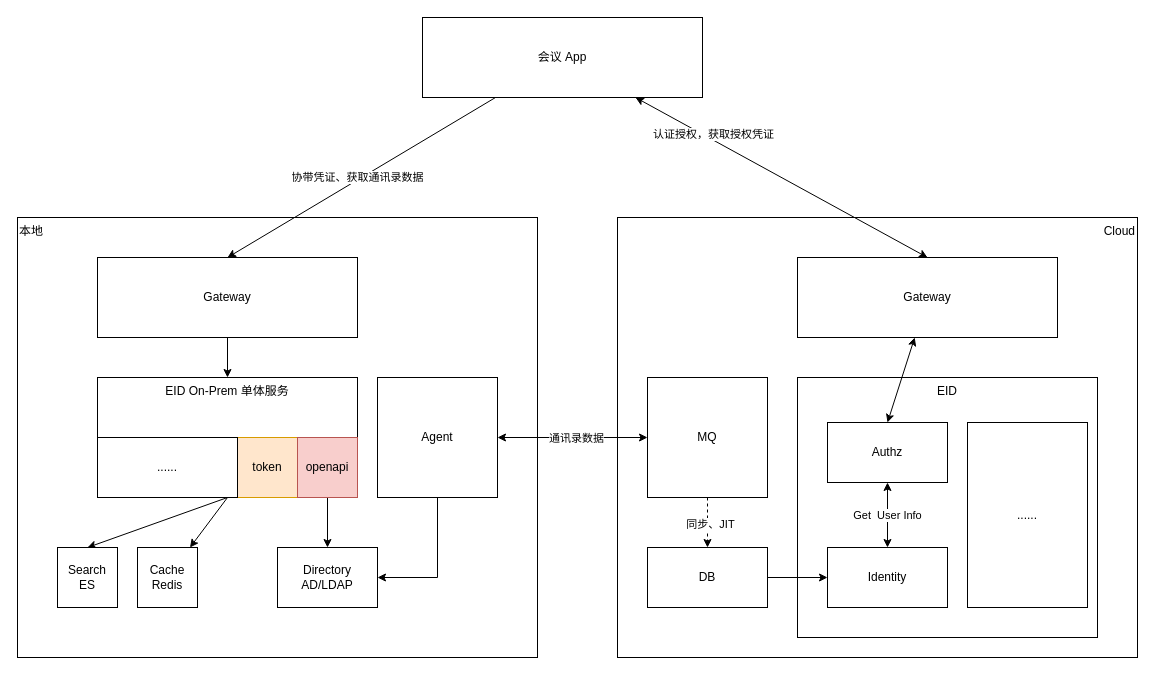
YufuMxl/geek_java_practise keeps this draw.io diagram as homework/src/main/resources/混合云整体架构.drawio. Above is the earlier version. Source tidied: cells renumbered, new cells numbered last; positions are measured from the earlier drawing's top-left corner, leaving out a move shared by most shapes. Both pictures are drawn from the tidied source at 100%, with x=0, y=0 at pixel (17, 17).
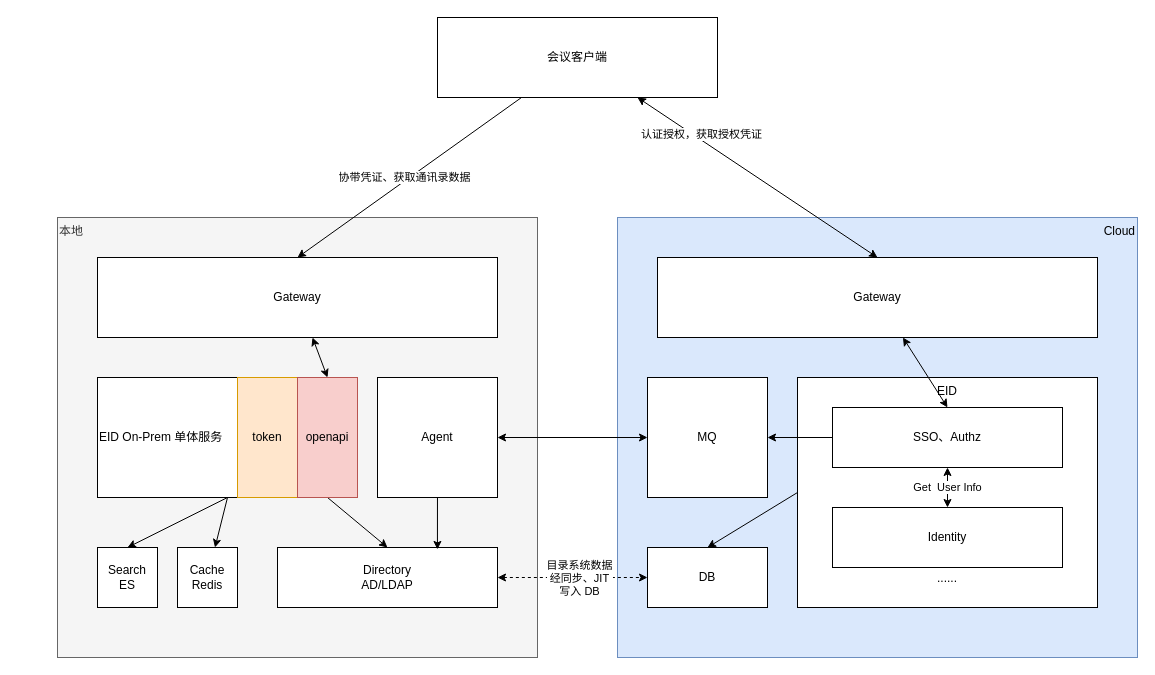
The same diagram, later.

Commit message (it also covers changes not shown here):
更新混合云整体架构.drawio

The change refers to these unchanged cells:
```xml
<mxCell id="14" style="edgeStyle=orthogonalEdgeStyle;rounded=0;jettySize=auto;html=1;exitX=1;exitY=0.5;exitDx=0;exitDy=0;startArrow=classic;startFill=1;entryX=0;entryY=0.5;entryDx=0;entryDy=0;" parent="1" edge="1" source="16" target="28">
  <mxGeometry relative="1" as="geometry" />
</mxCell>
<mxCell id="16" value="Agent" style="rounded=0;whiteSpace=wrap;html=1;" parent="1" vertex="1">
  <mxGeometry x="360" y="360" width="120" height="120" as="geometry" />
</mxCell>
<mxCell id="28" value="MQ" style="rounded=0;whiteSpace=wrap;html=1;" parent="1" vertex="1">
  <mxGeometry x="630" y="360" width="120" height="120" as="geometry" />
</mxCell>
```

Diff of the diagram source:
```diff
@@
-    <mxCell id="2" value="Cloud" style="rounded=0;whiteSpace=wrap;html=1;verticalAlign=top;align=right;" parent="1" vertex="1">
+    <mxCell id="2" value="Cloud" style="rounded=0;whiteSpace=wrap;html=1;verticalAlign=top;align=right;fillColor=#dae8fc;strokeColor=#6c8ebf;" parent="1" vertex="1">
       <mxGeometry x="600" y="200" width="520" height="440" as="geometry" />
     </mxCell>
-    <mxCell id="3" value="&lt;div&gt;EID&lt;/div&gt;" style="rounded=0;whiteSpace=wrap;html=1;verticalAlign=top;" parent="1" vertex="1">
-      <mxGeometry x="780" y="360" width="300" height="260" as="geometry" />
+    <mxCell id="3" value="&lt;div&gt;EID&lt;/div&gt;&lt;div&gt;&lt;br&gt;&lt;/div&gt;&lt;div&gt;&lt;br&gt;&lt;/div&gt;&lt;div&gt;&lt;br&gt;&lt;/div&gt;&lt;div&gt;&lt;br&gt;&lt;/div&gt;&lt;div&gt;&lt;br&gt;&lt;/div&gt;&lt;div&gt;&lt;br&gt;&lt;/div&gt;&lt;div&gt;&lt;br&gt;&lt;/div&gt;&lt;div&gt;&lt;br&gt;&lt;/div&gt;&lt;div&gt;&lt;br&gt;&lt;/div&gt;&lt;div&gt;&lt;br&gt;&lt;/div&gt;&lt;div&gt;&lt;br&gt;&lt;/div&gt;&lt;div&gt;&lt;br&gt;&lt;/div&gt;&lt;div&gt;......&lt;br&gt;&lt;/div&gt;" style="rounded=0;whiteSpace=wrap;html=1;verticalAlign=top;" parent="1" vertex="1">
+      <mxGeometry x="780" y="360" width="300" height="230" as="geometry" />
     </mxCell>
-    <mxCell id="4" value="本地" style="rounded=0;whiteSpace=wrap;html=1;verticalAlign=top;align=left;" parent="1" vertex="1">
-      <mxGeometry y="200" width="520" height="440" as="geometry" />
+    <mxCell id="4" value="本地" style="rounded=0;whiteSpace=wrap;html=1;verticalAlign=top;align=left;fillColor=#f5f5f5;fontColor=#333333;strokeColor=#666666;" parent="1" vertex="1">
+      <mxGeometry x="40" y="200" width="480" height="440" as="geometry" />
     </mxCell>
@@
-    <mxCell id="7" value="EID On-Prem 单体服务" style="rounded=0;whiteSpace=wrap;html=1;align=center;verticalAlign=top;" parent="1" vertex="1">
+    <mxCell id="7" value="EID On-Prem 单体服务" style="rounded=0;whiteSpace=wrap;html=1;align=left;verticalAlign=middle;" parent="1" vertex="1">
       <mxGeometry x="80" y="360" width="260" height="120" as="geometry" />
     </mxCell>
-    <mxCell id="8" style="edgeStyle=orthogonalEdgeStyle;rounded=0;jettySize=auto;html=1;entryX=0.5;entryY=0;entryDx=0;entryDy=0;" parent="1" edge="1" source="9" target="7">
+    <mxCell id="8" style="rounded=0;jettySize=auto;html=1;entryX=0.5;entryY=0;entryDx=0;entryDy=0;startArrow=classic;startFill=1;" parent="1" edge="1" source="9" target="19">
       <mxGeometry relative="1" as="geometry" />
     </mxCell>
     <mxCell id="9" value="Gateway" style="rounded=0;whiteSpace=wrap;html=1;" parent="1" vertex="1">
-      <mxGeometry x="80" y="240" width="260" height="80" as="geometry" />
+      <mxGeometry x="80" y="240" width="400" height="80" as="geometry" />
     </mxCell>
+    <mxCell id="37" style="edgeStyle=orthogonalEdgeStyle;rounded=0;jettySize=auto;html=1;entryX=0;entryY=0.5;entryDx=0;entryDy=0;startArrow=classic;startFill=1;dashed=1;" parent="1" edge="1" source="10" target="33">
+      <mxGeometry relative="1" as="geometry" />
+    </mxCell>
+    <mxCell id="38" value="&lt;div&gt;目录系统数据&lt;/div&gt;&lt;div&gt;经同步、JIT&lt;/div&gt;&lt;div&gt;写入 DB&lt;br&gt;&lt;/div&gt;" style="edgeLabel;html=1;align=center;verticalAlign=middle;" parent="37" vertex="1">
+      <mxGeometry x="0.01" y="-1" relative="1" as="geometry">
+        <mxPoint x="5" y="-1" as="offset" />
+      </mxGeometry>
+    </mxCell>
     <mxCell id="10" value="Directory&lt;div&gt;AD/LDAP&lt;/div&gt;" style="rounded=0;whiteSpace=wrap;html=1;" parent="1" vertex="1">
-      <mxGeometry x="260" y="530" width="100" height="60" as="geometry" />
+      <mxGeometry x="260" y="530" width="220" height="60" as="geometry" />
     </mxCell>
     <mxCell id="11" value="Cache&lt;br&gt;&lt;div&gt;Redis&lt;/div&gt;" style="rounded=0;whiteSpace=wrap;html=1;" parent="1" vertex="1">
-      <mxGeometry x="120" y="530" width="60" height="60" as="geometry" />
+      <mxGeometry x="160" y="530" width="60" height="60" as="geometry" />
     </mxCell>
     <mxCell id="12" value="Search&lt;br&gt;&lt;div&gt;ES&lt;/div&gt;" style="rounded=0;whiteSpace=wrap;html=1;" parent="1" vertex="1">
-      <mxGeometry x="40" y="530" width="60" height="60" as="geometry" />
+      <mxGeometry x="80" y="530" width="60" height="60" as="geometry" />
     </mxCell>
-    <mxCell id="13" style="edgeStyle=orthogonalEdgeStyle;rounded=0;jettySize=auto;html=1;entryX=1;entryY=0.5;entryDx=0;entryDy=0;" parent="1" edge="1" source="16" target="10">
+    <mxCell id="13" style="rounded=0;jettySize=auto;html=1;entryX=0.727;entryY=0.032;entryDx=0;entryDy=0;entryPerimeter=0;" parent="1" edge="1" source="16" target="10">
       <mxGeometry relative="1" as="geometry" />
     </mxCell>
@@
-    <mxCell id="15" value="通讯录数据" style="edgeLabel;html=1;align=center;verticalAlign=middle;" parent="14" vertex="1">
-      <mxGeometry x="0.04" relative="1" as="geometry" />
-    </mxCell>
@@
     <mxCell id="17" value="token" style="rounded=0;whiteSpace=wrap;html=1;fillColor=#ffe6cc;strokeColor=#d79b00;" parent="1" vertex="1">
-      <mxGeometry x="220" y="420" width="60" height="60" as="geometry" />
+      <mxGeometry x="220" y="360" width="60" height="120" as="geometry" />
     </mxCell>
-    <mxCell id="18" style="edgeStyle=orthogonalEdgeStyle;rounded=0;jettySize=auto;html=1;entryX=0.5;entryY=0;entryDx=0;entryDy=0;" parent="1" edge="1" source="19" target="10">
+    <mxCell id="18" style="rounded=0;jettySize=auto;html=1;entryX=0.5;entryY=0;entryDx=0;entryDy=0;exitX=0.5;exitY=1;exitDx=0;exitDy=0;" parent="1" edge="1" source="19" target="10">
       <mxGeometry relative="1" as="geometry" />
     </mxCell>
     <mxCell id="19" value="openapi" style="rounded=0;whiteSpace=wrap;html=1;fillColor=#f8cecc;strokeColor=#b85450;" parent="1" vertex="1">
-      <mxGeometry x="280" y="420" width="60" height="60" as="geometry" />
+      <mxGeometry x="280" y="360" width="60" height="120" as="geometry" />
     </mxCell>
-    <mxCell id="20" value="......" style="rounded=0;whiteSpace=wrap;html=1;" parent="1" vertex="1">
-      <mxGeometry x="80" y="420" width="140" height="60" as="geometry" />
-    </mxCell>
@@
-    <mxCell id="25" value="会议 App" style="rounded=0;whiteSpace=wrap;html=1;" parent="1" vertex="1">
-      <mxGeometry x="405" width="280" height="80" as="geometry" />
+    <mxCell id="25" value="会议客户端" style="rounded=0;whiteSpace=wrap;html=1;" parent="1" vertex="1">
+      <mxGeometry x="420" width="280" height="80" as="geometry" />
     </mxCell>
-    <mxCell id="26" style="edgeStyle=orthogonalEdgeStyle;rounded=0;jettySize=auto;html=1;entryX=0.5;entryY=0;entryDx=0;entryDy=0;dashed=1;" parent="1" edge="1" source="28" target="33">
-      <mxGeometry relative="1" as="geometry" />
-    </mxCell>
-    <mxCell id="27" value="同步、JIT" style="edgeLabel;html=1;align=center;verticalAlign=middle;" parent="26" vertex="1">
-      <mxGeometry x="0.02" y="2" relative="1" as="geometry" />
-    </mxCell>
@@
+    <mxCell id="39" style="edgeStyle=orthogonalEdgeStyle;rounded=0;jettySize=auto;html=1;entryX=1;entryY=0.5;entryDx=0;entryDy=0;" parent="1" edge="1" source="30" target="28">
+      <mxGeometry relative="1" as="geometry" />
+    </mxCell>
-    <mxCell id="30" value="Authz" style="rounded=0;whiteSpace=wrap;html=1;" parent="1" vertex="1">
-      <mxGeometry x="810" y="405" width="120" height="60" as="geometry" />
+    <mxCell id="30" value="SSO、Authz" style="rounded=0;whiteSpace=wrap;html=1;" parent="1" vertex="1">
+      <mxGeometry x="815" y="390" width="230" height="60" as="geometry" />
     </mxCell>
-    <mxCell id="31" style="edgeStyle=orthogonalEdgeStyle;rounded=0;jettySize=auto;html=1;entryX=1;entryY=0.5;entryDx=0;entryDy=0;startArrow=classic;startFill=1;endArrow=none;endFill=0;" parent="1" edge="1" source="32" target="33">
-      <mxGeometry relative="1" as="geometry" />
-    </mxCell>
     <mxCell id="32" value="Identity" style="rounded=0;whiteSpace=wrap;html=1;" parent="1" vertex="1">
-      <mxGeometry x="810" y="530" width="120" height="60" as="geometry" />
+      <mxGeometry x="815" y="490" width="230" height="60" as="geometry" />
     </mxCell>
+    <mxCell id="40" style="rounded=0;jettySize=auto;html=1;entryX=0;entryY=0.5;entryDx=0;entryDy=0;exitX=0.5;exitY=0;exitDx=0;exitDy=0;startArrow=classic;startFill=1;endArrow=none;endFill=0;" parent="1" edge="1" source="33" target="3">
+      <mxGeometry relative="1" as="geometry" />
+    </mxCell>
-    <mxCell id="33" value="DB" style="rounded=0;whiteSpace=wrap;html=1;" parent="1" vertex="1">
+    <mxCell id="33" value="&lt;div&gt;DB&lt;/div&gt;" style="rounded=0;whiteSpace=wrap;html=1;" parent="1" vertex="1">
       <mxGeometry x="630" y="530" width="120" height="60" as="geometry" />
     </mxCell>
@@
     <mxCell id="35" value="Gateway" style="rounded=0;whiteSpace=wrap;html=1;" parent="1" vertex="1">
-      <mxGeometry x="780" y="240" width="260" height="80" as="geometry" />
+      <mxGeometry x="640" y="240" width="440" height="80" as="geometry" />
     </mxCell>
-    <mxCell id="36" value="......" style="rounded=0;whiteSpace=wrap;html=1;" parent="1" vertex="1">
-      <mxGeometry x="950" y="405" width="120" height="185" as="geometry" />
-    </mxCell>
```
